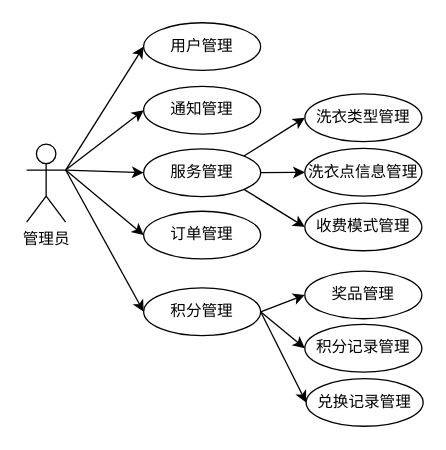
Above: 管理员-信息管理.drawio in mochaDMQ/myPicture (draw.io), before the change. Source tidied: cells renumbered, new cells numbered last; positions are measured from the earlier drawing's top-left corner, leaving out a move shared by most shapes. Both pictures are drawn from the tidied source at 130%, with x=0, y=0 at pixel (26, 22).
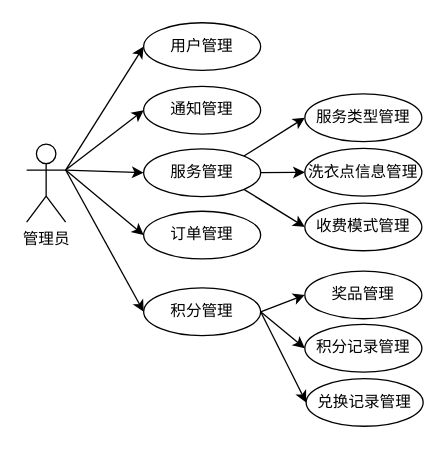
The same diagram, later.

Commit message:
更新管理员-信息管理.drawio

Change to the diagram source:
```diff
@@
-    <mxCell id="14" value="洗衣类型管理" style="ellipse;whiteSpace=wrap;html=1;" parent="1" vertex="1">
+    <mxCell id="14" value="服务类型管理" style="ellipse;whiteSpace=wrap;html=1;" parent="1" vertex="1">
       <mxGeometry x="214" y="54.7" width="90" height="36.7" as="geometry" />
     </mxCell>
```
